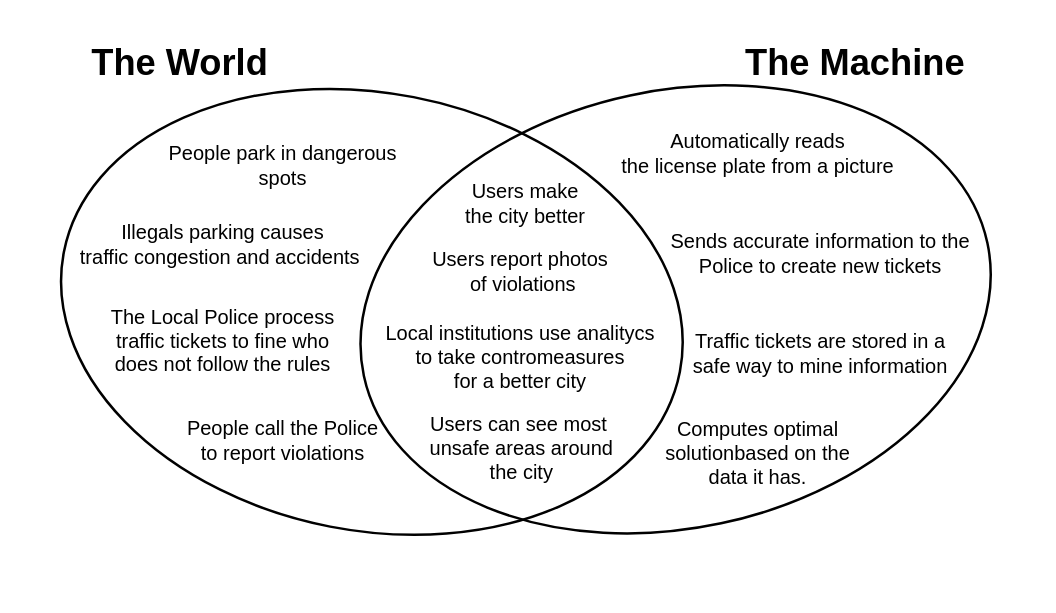
The draw.io diagram RASD/materials/WorldMachinePhenomena.drawio in GiorgioUghini/SafeStreets, before the edit. Source tidied: cells renumbered, new cells numbered last; positions are measured from the earlier drawing's top-left corner, leaving out a move shared by most shapes. Both pictures are drawn from the tidied source at 125%, with x=0, y=0 at pixel (58, 34).
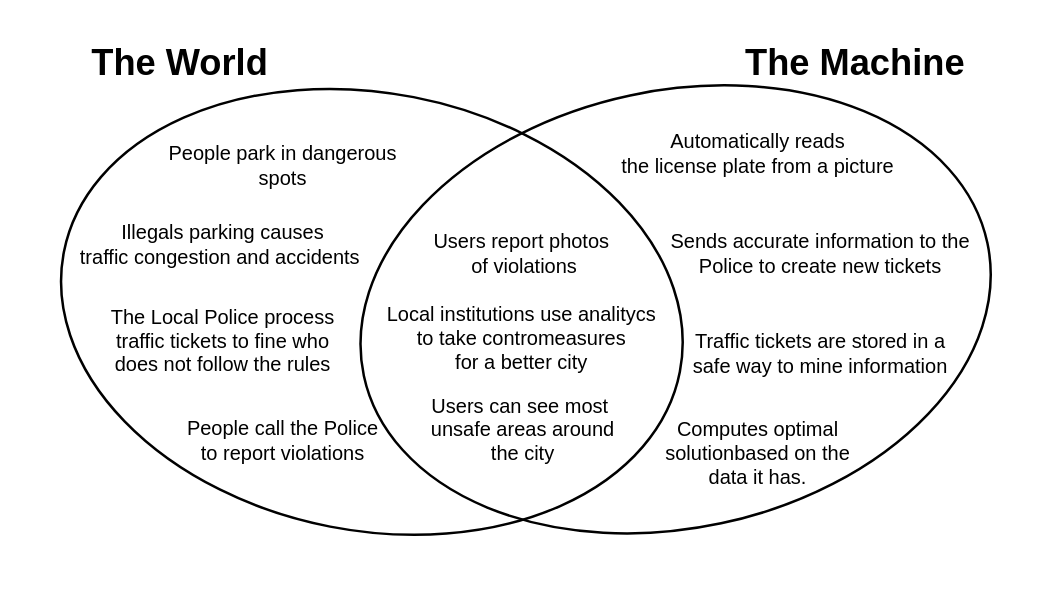
Above is the later version.

Change to the diagram source:
```diff
@@
 <mxGraphModel>
   <root>
     <mxCell id="0" />
     <mxCell id="1" parent="0" />
     <mxCell id="2" style="ellipse;whiteSpace=wrap;html=1;rotation=11;fillColor=none;strokeWidth=2;" parent="1" vertex="1">
       <mxGeometry y="47" width="502" height="350" as="geometry" />
     </mxCell>
     <mxCell id="3" style="ellipse;whiteSpace=wrap;html=1;rotation=-12;fillColor=none;strokeWidth=2;" parent="1" vertex="1">
       <mxGeometry x="239" y="45" width="510" height="350" as="geometry" />
     </mxCell>
     <mxCell id="4" value="&lt;font style=&quot;font-size: 16px&quot;&gt;People park in dangerous&lt;br&gt;spots&lt;/font&gt;" style="text;html=1;strokeColor=none;fillColor=none;align=center;verticalAlign=middle;whiteSpace=wrap;rounded=0;" parent="1" vertex="1">
       <mxGeometry x="60" y="90" width="240" height="30" as="geometry" />
     </mxCell>
     <mxCell id="5" value="&lt;font style=&quot;font-size: 16px&quot;&gt;People call the Police &lt;br&gt;to report violations&lt;/font&gt;" style="text;html=1;strokeColor=none;fillColor=none;align=center;verticalAlign=middle;whiteSpace=wrap;rounded=0;" parent="1" vertex="1">
       <mxGeometry x="90" y="310" width="180" height="30" as="geometry" />
     </mxCell>
     <mxCell id="6" value="&lt;span style=&quot;font-size: 16px&quot;&gt;Illegals parking causes&lt;br&gt;traffic congestion and accidents&amp;nbsp;&lt;/span&gt;" style="text;html=1;strokeColor=none;fillColor=none;align=center;verticalAlign=middle;whiteSpace=wrap;rounded=0;" parent="1" vertex="1">
       <mxGeometry x="2" y="139" width="260" height="57" as="geometry" />
     </mxCell>
     <mxCell id="7" value="&lt;font style=&quot;font-size: 16px&quot;&gt;Local institutions use analitycs&lt;br&gt;to take contromeasures&lt;br&gt;for a better city&lt;br&gt;&lt;/font&gt;" style="text;html=1;strokeColor=none;fillColor=none;align=center;verticalAlign=middle;whiteSpace=wrap;rounded=0;" parent="1" vertex="1">
-      <mxGeometry x="250" y="242.5" width="240" height="30" as="geometry" />
+      <mxGeometry x="251" y="227.5" width="240" height="30" as="geometry" />
     </mxCell>
     <mxCell id="8" value="&lt;font style=&quot;font-size: 16px&quot;&gt;The Local Police process&lt;br&gt;traffic tickets to fine who&lt;br&gt;does not follow the rules&lt;br&gt;&lt;/font&gt;" style="text;html=1;strokeColor=none;fillColor=none;align=center;verticalAlign=middle;whiteSpace=wrap;rounded=0;" parent="1" vertex="1">
       <mxGeometry x="37" y="215" width="190" height="60" as="geometry" />
     </mxCell>
     <mxCell id="9" value="&lt;font style=&quot;font-size: 16px&quot;&gt;Automatically reads&lt;br&gt;the license plate from a picture&lt;br&gt;&lt;/font&gt;" style="text;html=1;strokeColor=none;fillColor=none;align=center;verticalAlign=middle;whiteSpace=wrap;rounded=0;" parent="1" vertex="1">
       <mxGeometry x="440" y="80" width="240" height="30" as="geometry" />
     </mxCell>
     <mxCell id="10" value="&lt;font style=&quot;font-size: 16px&quot;&gt;Traffic tickets are stored in a&lt;br&gt;safe way to mine information&lt;br&gt;&lt;/font&gt;" style="text;html=1;strokeColor=none;fillColor=none;align=center;verticalAlign=middle;whiteSpace=wrap;rounded=0;" parent="1" vertex="1">
       <mxGeometry x="490" y="240" width="240" height="30" as="geometry" />
     </mxCell>
     <mxCell id="11" value="&lt;font style=&quot;font-size: 16px&quot;&gt;Sends accurate&amp;nbsp;information to the Police to create new tickets&lt;br&gt;&lt;/font&gt;" style="text;html=1;strokeColor=none;fillColor=none;align=center;verticalAlign=middle;whiteSpace=wrap;rounded=0;" parent="1" vertex="1">
       <mxGeometry x="480" y="160" width="260" height="30" as="geometry" />
     </mxCell>
     <mxCell id="12" value="&lt;font style=&quot;font-size: 16px&quot;&gt;Computes optimal &lt;br&gt;solutionbased on the &lt;br&gt;data it has.&lt;br&gt;&lt;/font&gt;" style="text;html=1;strokeColor=none;fillColor=none;align=center;verticalAlign=middle;whiteSpace=wrap;rounded=0;" parent="1" vertex="1">
       <mxGeometry x="440" y="320" width="240" height="30" as="geometry" />
     </mxCell>
     <mxCell id="13" value="&lt;font style=&quot;font-size: 16px&quot;&gt;Users report photos&lt;br&gt;&amp;nbsp;of violations&lt;br&gt;&lt;/font&gt;" style="text;html=1;strokeColor=none;fillColor=none;align=center;verticalAlign=middle;whiteSpace=wrap;rounded=0;" parent="1" vertex="1">
-      <mxGeometry x="250" y="175" width="240" height="30" as="geometry" />
+      <mxGeometry x="251" y="160" width="240" height="30" as="geometry" />
     </mxCell>
     <mxCell id="14" value="&lt;font style=&quot;font-size: 16px&quot;&gt;Users can see most&amp;nbsp;&lt;br&gt;unsafe areas around&lt;br&gt;the city&lt;br&gt;&lt;/font&gt;" style="text;html=1;strokeColor=none;fillColor=none;align=center;verticalAlign=middle;whiteSpace=wrap;rounded=0;" parent="1" vertex="1">
-      <mxGeometry x="251" y="316" width="240" height="30" as="geometry" />
+      <mxGeometry x="252" y="301" width="240" height="30" as="geometry" />
     </mxCell>
     <mxCell id="15" value="&lt;h1&gt;&lt;font style=&quot;font-size: 29px&quot;&gt;The Machine&lt;/font&gt;&lt;/h1&gt;" style="text;html=1;strokeColor=none;fillColor=none;spacing=5;spacingTop=-20;whiteSpace=wrap;overflow=hidden;rounded=0;" parent="1" vertex="1">
       <mxGeometry x="545" width="205" height="60" as="geometry" />
     </mxCell>
     <mxCell id="16" value="&lt;h1&gt;&lt;font style=&quot;font-size: 29px&quot;&gt;The World&lt;/font&gt;&lt;/h1&gt;" style="text;html=1;strokeColor=none;fillColor=none;spacing=5;spacingTop=-20;whiteSpace=wrap;overflow=hidden;rounded=0;" parent="1" vertex="1">
       <mxGeometry x="22" width="205" height="60" as="geometry" />
     </mxCell>
-    <mxCell id="17" value="&lt;font style=&quot;font-size: 16px&quot;&gt;Users make &lt;br&gt;the city better&lt;br&gt;&lt;/font&gt;" style="text;html=1;strokeColor=none;fillColor=none;align=center;verticalAlign=middle;whiteSpace=wrap;rounded=0;" parent="1" vertex="1">
-      <mxGeometry x="254" y="120" width="240" height="30" as="geometry" />
-    </mxCell>
   </root>
 </mxGraphModel>
```
